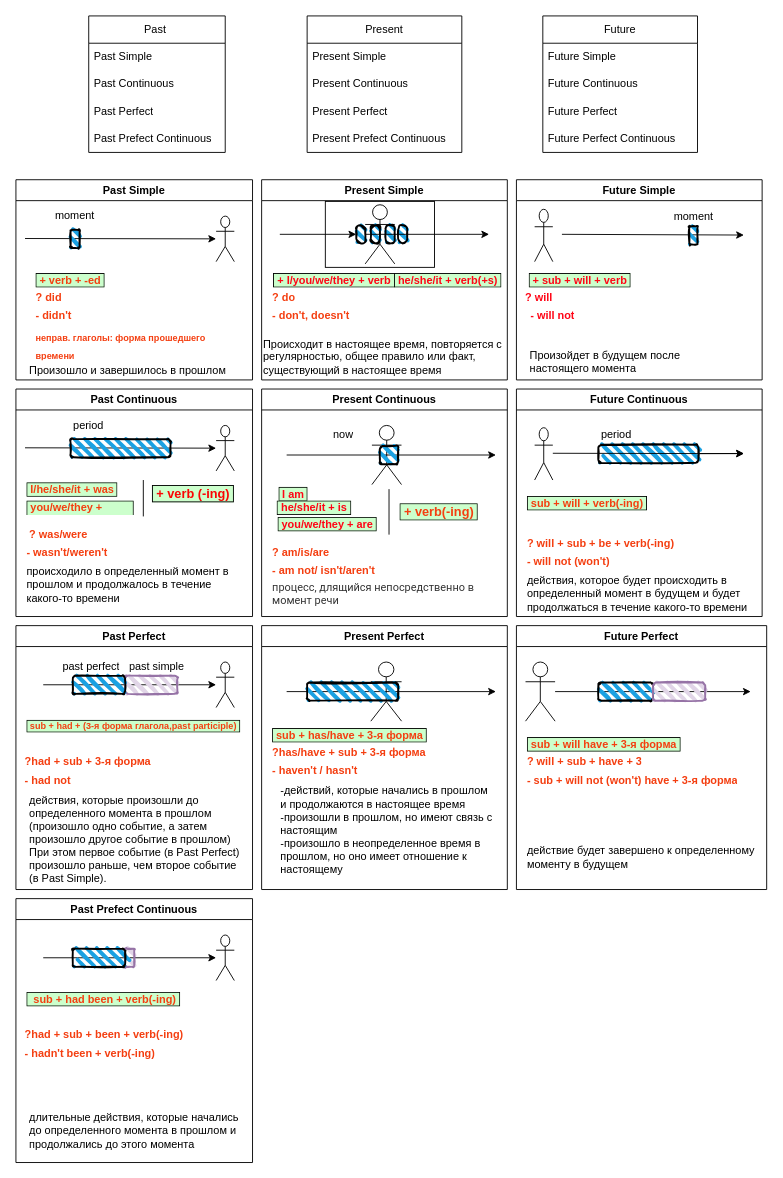
The draw.io diagram Времена в английском.drawio in FeraVerto/english, before the edit. Source tidied: cells renumbered, new cells numbered last; positions are measured from the earlier drawing's top-left corner, leaving out a move shared by most shapes. Both pictures are drawn from the tidied source at 91%, with x=0, y=0 at pixel (15, 15).
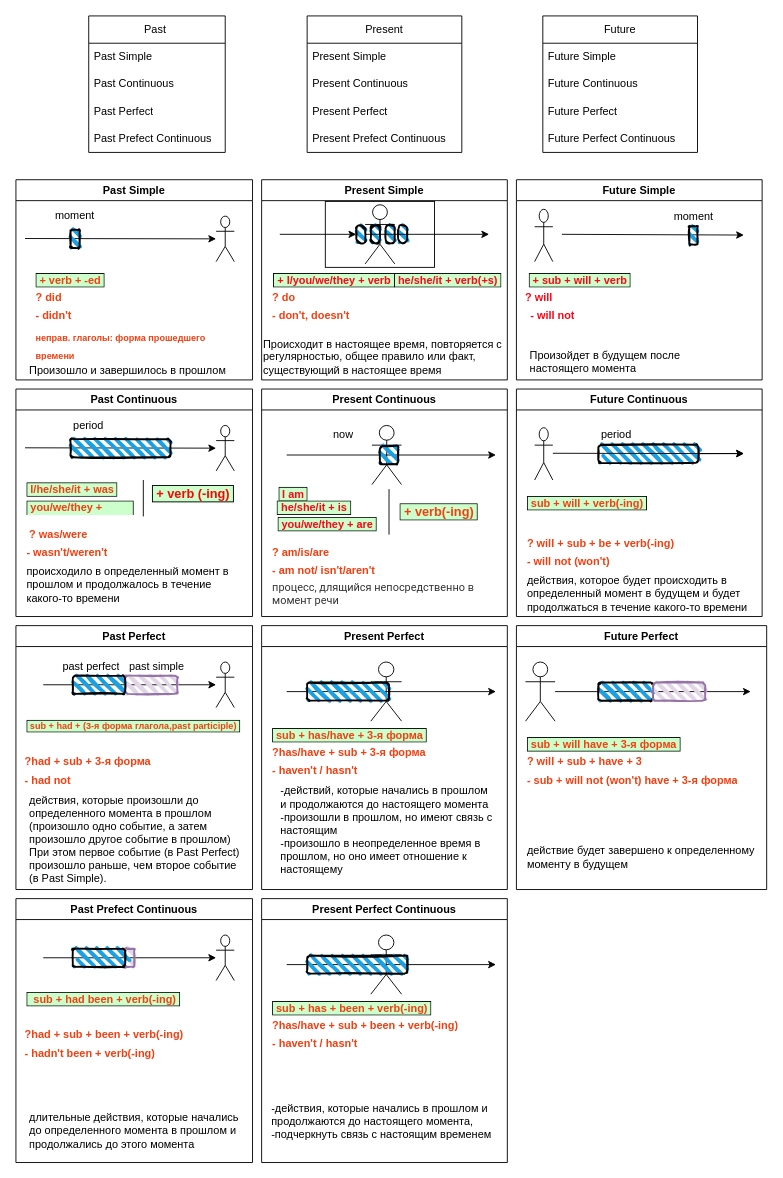
Above is the later version.

Commit message:
Present Perfect Continuous

The change refers to these unchanged cells:
```xml
<mxCell id="95" value="Present Perfect" style="swimlane;whiteSpace=wrap;html=1;" parent="1" vertex="1">
  <mxGeometry x="270" y="670" width="270" height="290" as="geometry" />
</mxCell>
```

Diff of the diagram source:
```diff
@@
     <mxCell id="98" style="rounded=1;whiteSpace=wrap;html=1;strokeWidth=2;fillWeight=4;hachureGap=8;hachureAngle=45;fillColor=#1ba1e2;sketch=1;" parent="95" vertex="1">
-      <mxGeometry x="50" y="62.5" width="100" height="20" as="geometry" />
+      <mxGeometry x="50" y="62.5" width="90" height="20" as="geometry" />
     </mxCell>
-    <mxCell id="99" value="&lt;div style=&quot;text-align: left;&quot;&gt;&lt;span style=&quot;background-color: initial;&quot;&gt;-действий, которые начались в прошлом и продолжаются в настоящее время&lt;/span&gt;&lt;/div&gt;&lt;div style=&quot;text-align: left;&quot;&gt;&lt;span style=&quot;background-color: initial;&quot;&gt;-произошли в прошлом, но имеют связь с настоящим&lt;/span&gt;&lt;/div&gt;&lt;div style=&quot;text-align: left;&quot;&gt;&lt;span style=&quot;background-color: initial;&quot;&gt;-&lt;/span&gt;&lt;span style=&quot;background-color: initial;&quot;&gt;произошло в неопределенное время в прошлом, но оно имеет отношение к настоящему&lt;/span&gt;&lt;/div&gt;" style="text;html=1;strokeColor=none;fillColor=none;align=center;verticalAlign=middle;whiteSpace=wrap;overflow=hidden;" parent="95" vertex="1">
+    <mxCell id="99" value="&lt;div style=&quot;text-align: left;&quot;&gt;&lt;span style=&quot;background-color: initial;&quot;&gt;-действий, которые начались в прошлом и продолжаются до настоящего момента&lt;/span&gt;&lt;/div&gt;&lt;div style=&quot;text-align: left;&quot;&gt;&lt;span style=&quot;background-color: initial;&quot;&gt;-произошли в прошлом, но имеют связь с настоящим&lt;/span&gt;&lt;/div&gt;&lt;div style=&quot;text-align: left;&quot;&gt;&lt;span style=&quot;background-color: initial;&quot;&gt;-&lt;/span&gt;&lt;span style=&quot;background-color: initial;&quot;&gt;произошло в неопределенное время в прошлом, но оно имеет отношение к настоящему&lt;/span&gt;&lt;/div&gt;" style="text;html=1;strokeColor=none;fillColor=none;align=center;verticalAlign=middle;whiteSpace=wrap;overflow=hidden;" parent="95" vertex="1">
       <mxGeometry x="20" y="170" width="235" height="110" as="geometry" />
     </mxCell>
@@
+    <mxCell id="122" value="Present Perfect Continuous" style="swimlane;whiteSpace=wrap;html=1;" parent="1" vertex="1">
+      <mxGeometry x="270" y="970" width="270" height="290" as="geometry" />
+    </mxCell>
+    <mxCell id="123" style="shape=umlActor;verticalLabelPosition=bottom;verticalAlign=top;html=1;" parent="122" vertex="1">
+      <mxGeometry x="120" y="40" width="33.8" height="65" as="geometry" />
+    </mxCell>
+    <mxCell id="124" style="endArrow=classic;html=1;rounded=0;" parent="122" edge="1">
+      <mxGeometry relative="1" as="geometry">
+        <mxPoint x="27.5" y="72.5" as="sourcePoint" />
+        <mxPoint x="257.5" y="72.5" as="targetPoint" />
+      </mxGeometry>
+    </mxCell>
+    <mxCell id="125" style="rounded=1;whiteSpace=wrap;html=1;strokeWidth=2;fillWeight=4;hachureGap=8;hachureAngle=45;fillColor=#1ba1e2;sketch=1;" parent="122" vertex="1">
+      <mxGeometry x="50" y="62.5" width="110" height="20" as="geometry" />
+    </mxCell>
+    <mxCell id="126" value="&lt;div style=&quot;text-align: left;&quot;&gt;-действия, которые начались в прошлом и продолжаются до настоящего момента,&amp;nbsp;&lt;br&gt;-подчеркнуть связь с настоящим временем&lt;/div&gt;" style="text;html=1;strokeColor=none;fillColor=none;align=center;verticalAlign=middle;whiteSpace=wrap;overflow=hidden;" parent="122" vertex="1">
+      <mxGeometry x="10" y="210" width="245" height="70" as="geometry" />
+    </mxCell>
+    <mxCell id="127" value="&amp;nbsp;sub +&amp;nbsp;has + been&amp;nbsp;+ verb(-ing)&amp;nbsp;" style="text;html=1;strokeColor=none;fillColor=none;align=left;verticalAlign=middle;whiteSpace=wrap;overflow=hidden;fontStyle=1;fontColor=#f43e10;fontSize=12;labelBackgroundColor=#CCFFCC;labelBorderColor=default;" parent="122" vertex="1">
+      <mxGeometry x="10" y="110" width="210" height="20" as="geometry" />
+    </mxCell>
+    <mxCell id="128" value="?has/have + sub + been + verb(-ing)" style="text;html=1;strokeColor=none;fillColor=none;align=left;verticalAlign=middle;whiteSpace=wrap;overflow=hidden;fontStyle=1;fontColor=#f43e10;fontSize=12;" parent="122" vertex="1">
+      <mxGeometry x="10" y="130" width="210" height="20" as="geometry" />
+    </mxCell>
+    <mxCell id="129" value="-&amp;nbsp;haven't / hasn't" style="text;html=1;strokeColor=none;fillColor=none;align=left;verticalAlign=middle;whiteSpace=wrap;overflow=hidden;fontStyle=1;fontColor=#f43e10;fontSize=12;" parent="122" vertex="1">
+      <mxGeometry x="10" y="150" width="120" height="20" as="geometry" />
+    </mxCell>
```
